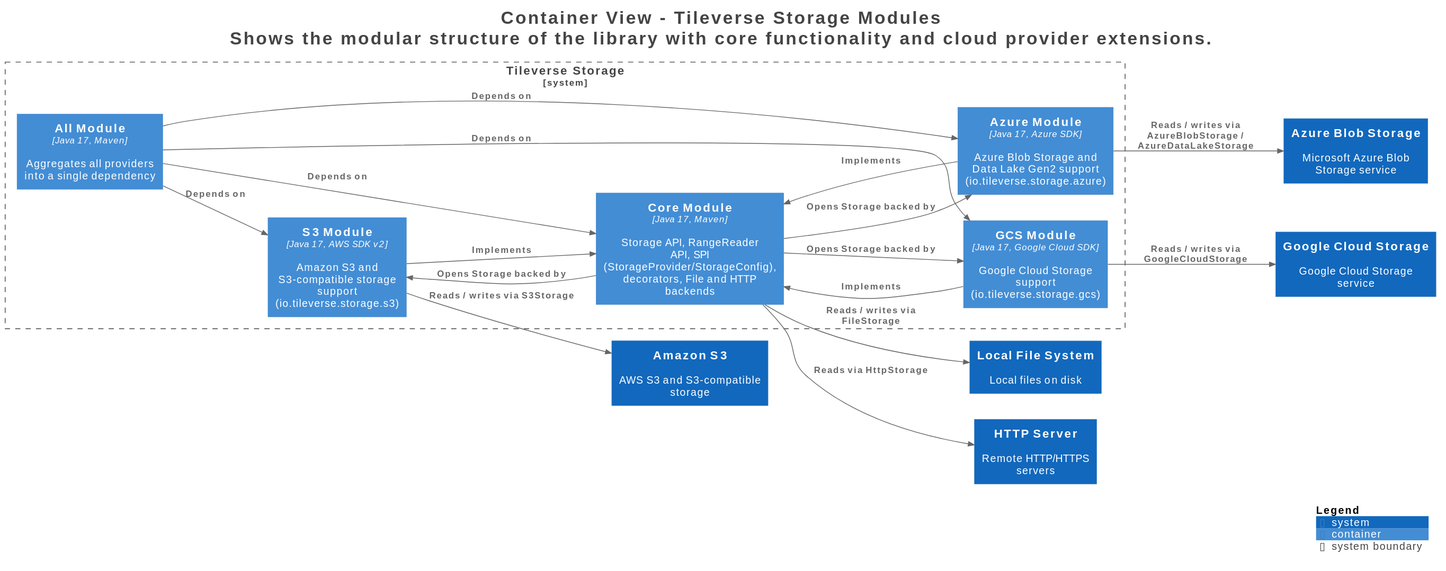
Before: assets/images/storage/structurizr-Containers.svg, a diagram exported from PlantUML (tileverse-io/tileverse). Source of this version:
```plantuml
@startuml
title <size:24>Container View - Tileverse Storage Modules</size>\n<size:24>Shows the modular structure of the library with core functionality and cloud provider extensions.</size>

set separator none
left to right direction

<style>
  root {
    BackgroundColor: #ffffff
    FontColor: #444444
  }
</style>

!include <C4/C4>
!include <C4/C4_Context>
!include <C4/C4_Container>

System(LocalFileSystem, "Local File System", $descr="Local files on disk", $tags="", $link="")
System(HTTPServer, "HTTP Server", $descr="Remote HTTP/HTTPS servers", $tags="", $link="")
System(AmazonS3, "Amazon S3", $descr="AWS S3 and S3-compatible storage", $tags="", $link="")
System(AzureBlobStorage, "Azure Blob Storage", $descr="Microsoft Azure Blob Storage service", $tags="", $link="")
System(GoogleCloudStorage, "Google Cloud Storage", $descr="Google Cloud Storage service", $tags="", $link="")

System_Boundary("TileverseStorage_boundary", "Tileverse Storage", $tags="") {
  Container(TileverseStorage.S3Module, "S3 Module", $techn="Java 17, AWS SDK v2", $descr="Amazon S3 and S3-compatible storage support (io.tileverse.storage.s3)", $tags="", $link="")
  Container(TileverseStorage.AzureModule, "Azure Module", $techn="Java 17, Azure SDK", $descr="Azure Blob Storage and Data Lake Gen2 support (io.tileverse.storage.azure)", $tags="", $link="")
  Container(TileverseStorage.GCSModule, "GCS Module", $techn="Java 17, Google Cloud SDK", $descr="Google Cloud Storage support (io.tileverse.storage.gcs)", $tags="", $link="")
  Container(TileverseStorage.AllModule, "All Module", $techn="Java 17, Maven", $descr="Aggregates all providers into a single dependency", $tags="", $link="")
  Container(TileverseStorage.CoreModule, "Core Module", $techn="Java 17, Maven", $descr="Storage API, RangeReader API, SPI (StorageProvider/StorageConfig), decorators, File and HTTP backends", $tags="", $link="")
}

Rel(TileverseStorage.CoreModule, LocalFileSystem, "Reads / writes via FileStorage", $techn="", $tags="", $link="")
Rel(TileverseStorage.CoreModule, HTTPServer, "Reads via HttpStorage", $techn="", $tags="", $link="")
Rel(TileverseStorage.S3Module, AmazonS3, "Reads / writes via S3Storage", $techn="", $tags="", $link="")
Rel(TileverseStorage.AzureModule, AzureBlobStorage, "Reads / writes via AzureBlobStorage / AzureDataLakeStorage", $techn="", $tags="", $link="")
Rel(TileverseStorage.GCSModule, GoogleCloudStorage, "Reads / writes via GoogleCloudStorage", $techn="", $tags="", $link="")
Rel(TileverseStorage.AllModule, TileverseStorage.CoreModule, "Depends on", $techn="", $tags="", $link="")
Rel(TileverseStorage.AllModule, TileverseStorage.S3Module, "Depends on", $techn="", $tags="", $link="")
Rel(TileverseStorage.AllModule, TileverseStorage.AzureModule, "Depends on", $techn="", $tags="", $link="")
Rel(TileverseStorage.AllModule, TileverseStorage.GCSModule, "Depends on", $techn="", $tags="", $link="")
Rel(TileverseStorage.S3Module, TileverseStorage.CoreModule, "Implements", $techn="", $tags="", $link="")
Rel(TileverseStorage.AzureModule, TileverseStorage.CoreModule, "Implements", $techn="", $tags="", $link="")
Rel(TileverseStorage.GCSModule, TileverseStorage.CoreModule, "Implements", $techn="", $tags="", $link="")
Rel(TileverseStorage.CoreModule, TileverseStorage.S3Module, "Opens Storage backed by", $techn="", $tags="", $link="")
Rel(TileverseStorage.CoreModule, TileverseStorage.AzureModule, "Opens Storage backed by", $techn="", $tags="", $link="")
Rel(TileverseStorage.CoreModule, TileverseStorage.GCSModule, "Opens Storage backed by", $techn="", $tags="", $link="")

SHOW_LEGEND(true)
hide stereotypes
@enduml
```
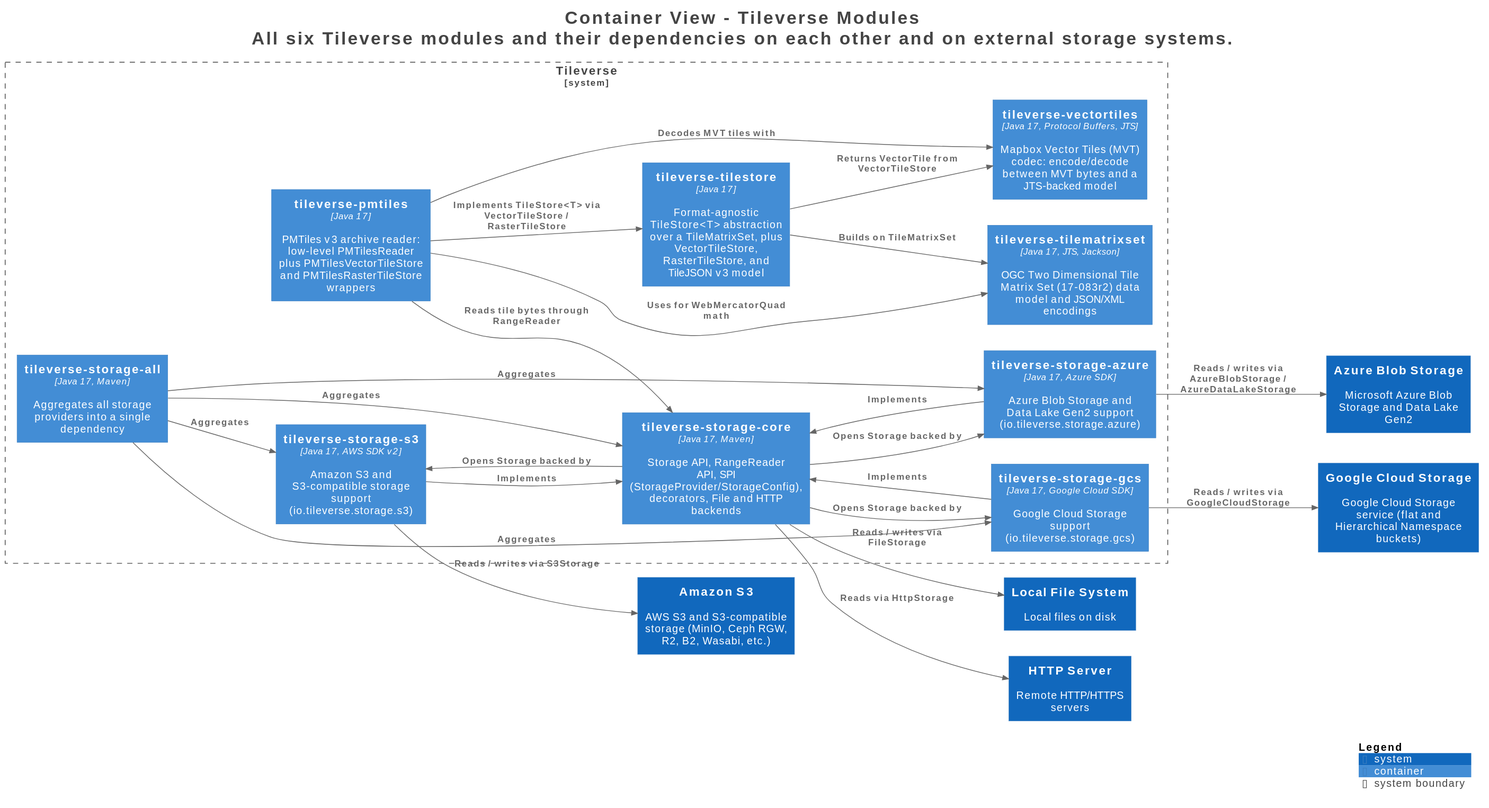
The same diagram one commit later.

Diff of the diagram source:
```diff
@@ -1,5 +1,5 @@
 @startuml
-title <size:24>Container View - Tileverse Storage Modules</size>\n<size:24>Shows the modular structure of the library with core functionality and cloud provider extensions.</size>
+title <size:24>Container View - Tileverse Modules</size>\n<size:24>All six Tileverse modules and their dependencies on each other and on external storage systems.</size>
 
 set separator none
 left to right direction
@@ -17,33 +17,43 @@
 
 System(LocalFileSystem, "Local File System", $descr="Local files on disk", $tags="", $link="")
 System(HTTPServer, "HTTP Server", $descr="Remote HTTP/HTTPS servers", $tags="", $link="")
-System(AmazonS3, "Amazon S3", $descr="AWS S3 and S3-compatible storage", $tags="", $link="")
-System(AzureBlobStorage, "Azure Blob Storage", $descr="Microsoft Azure Blob Storage service", $tags="", $link="")
-System(GoogleCloudStorage, "Google Cloud Storage", $descr="Google Cloud Storage service", $tags="", $link="")
+System(AmazonS3, "Amazon S3", $descr="AWS S3 and S3-compatible storage (MinIO, Ceph RGW, R2, B2, Wasabi, etc.)", $tags="", $link="")
+System(AzureBlobStorage, "Azure Blob Storage", $descr="Microsoft Azure Blob Storage and Data Lake Gen2", $tags="", $link="")
+System(GoogleCloudStorage, "Google Cloud Storage", $descr="Google Cloud Storage service (flat and Hierarchical Namespace buckets)", $tags="", $link="")
 
-System_Boundary("TileverseStorage_boundary", "Tileverse Storage", $tags="") {
-  Container(TileverseStorage.S3Module, "S3 Module", $techn="Java 17, AWS SDK v2", $descr="Amazon S3 and S3-compatible storage support (io.tileverse.storage.s3)", $tags="", $link="")
-  Container(TileverseStorage.AzureModule, "Azure Module", $techn="Java 17, Azure SDK", $descr="Azure Blob Storage and Data Lake Gen2 support (io.tileverse.storage.azure)", $tags="", $link="")
-  Container(TileverseStorage.GCSModule, "GCS Module", $techn="Java 17, Google Cloud SDK", $descr="Google Cloud Storage support (io.tileverse.storage.gcs)", $tags="", $link="")
-  Container(TileverseStorage.AllModule, "All Module", $techn="Java 17, Maven", $descr="Aggregates all providers into a single dependency", $tags="", $link="")
-  Container(TileverseStorage.CoreModule, "Core Module", $techn="Java 17, Maven", $descr="Storage API, RangeReader API, SPI (StorageProvider/StorageConfig), decorators, File and HTTP backends", $tags="", $link="")
+System_Boundary("Tileverse_boundary", "Tileverse", $tags="") {
+  Container(Tileverse.tileversestorages3, "tileverse-storage-s3", $techn="Java 17, AWS SDK v2", $descr="Amazon S3 and S3-compatible storage support (io.tileverse.storage.s3)", $tags="", $link="")
+  Container(Tileverse.tileversestorageazure, "tileverse-storage-azure", $techn="Java 17, Azure SDK", $descr="Azure Blob Storage and Data Lake Gen2 support (io.tileverse.storage.azure)", $tags="", $link="")
+  Container(Tileverse.tileversestoragegcs, "tileverse-storage-gcs", $techn="Java 17, Google Cloud SDK", $descr="Google Cloud Storage support (io.tileverse.storage.gcs)", $tags="", $link="")
+  Container(Tileverse.tileversestorageall, "tileverse-storage-all", $techn="Java 17, Maven", $descr="Aggregates all storage providers into a single dependency", $tags="", $link="")
+  Container(Tileverse.tileversevectortiles, "tileverse-vectortiles", $techn="Java 17, Protocol Buffers, JTS", $descr="Mapbox Vector Tiles (MVT) codec: encode/decode between MVT bytes and a JTS-backed model", $tags="", $link="")
+  Container(Tileverse.tileversetilematrixset, "tileverse-tilematrixset", $techn="Java 17, JTS, Jackson", $descr="OGC Two Dimensional Tile Matrix Set (17-083r2) data model and JSON/XML encodings", $tags="", $link="")
+  Container(Tileverse.tileversetilestore, "tileverse-tilestore", $techn="Java 17", $descr="Format-agnostic TileStore<T> abstraction over a TileMatrixSet, plus VectorTileStore, RasterTileStore, and TileJSON v3 model", $tags="", $link="")
+  Container(Tileverse.tileversepmtiles, "tileverse-pmtiles", $techn="Java 17", $descr="PMTiles v3 archive reader: low-level PMTilesReader plus PMTilesVectorTileStore and PMTilesRasterTileStore wrappers", $tags="", $link="")
+  Container(Tileverse.tileversestoragecore, "tileverse-storage-core", $techn="Java 17, Maven", $descr="Storage API, RangeReader API, SPI (StorageProvider/StorageConfig), decorators, File and HTTP backends", $tags="", $link="")
 }
 
-Rel(TileverseStorage.CoreModule, LocalFileSystem, "Reads / writes via FileStorage", $techn="", $tags="", $link="")
-Rel(TileverseStorage.CoreModule, HTTPServer, "Reads via HttpStorage", $techn="", $tags="", $link="")
-Rel(TileverseStorage.S3Module, AmazonS3, "Reads / writes via S3Storage", $techn="", $tags="", $link="")
-Rel(TileverseStorage.AzureModule, AzureBlobStorage, "Reads / writes via AzureBlobStorage / AzureDataLakeStorage", $techn="", $tags="", $link="")
-Rel(TileverseStorage.GCSModule, GoogleCloudStorage, "Reads / writes via GoogleCloudStorage", $techn="", $tags="", $link="")
-Rel(TileverseStorage.AllModule, TileverseStorage.CoreModule, "Depends on", $techn="", $tags="", $link="")
-Rel(TileverseStorage.AllModule, TileverseStorage.S3Module, "Depends on", $techn="", $tags="", $link="")
-Rel(TileverseStorage.AllModule, TileverseStorage.AzureModule, "Depends on", $techn="", $tags="", $link="")
-Rel(TileverseStorage.AllModule, TileverseStorage.GCSModule, "Depends on", $techn="", $tags="", $link="")
-Rel(TileverseStorage.S3Module, TileverseStorage.CoreModule, "Implements", $techn="", $tags="", $link="")
-Rel(TileverseStorage.AzureModule, TileverseStorage.CoreModule, "Implements", $techn="", $tags="", $link="")
-Rel(TileverseStorage.GCSModule, TileverseStorage.CoreModule, "Implements", $techn="", $tags="", $link="")
-Rel(TileverseStorage.CoreModule, TileverseStorage.S3Module, "Opens Storage backed by", $techn="", $tags="", $link="")
-Rel(TileverseStorage.CoreModule, TileverseStorage.AzureModule, "Opens Storage backed by", $techn="", $tags="", $link="")
-Rel(TileverseStorage.CoreModule, TileverseStorage.GCSModule, "Opens Storage backed by", $techn="", $tags="", $link="")
+Rel(Tileverse.tileversestoragegcs, Tileverse.tileversestoragecore, "Implements", $techn="", $tags="", $link="")
+Rel(Tileverse.tileversestoragecore, LocalFileSystem, "Reads / writes via FileStorage", $techn="", $tags="", $link="")
+Rel(Tileverse.tileversestoragecore, HTTPServer, "Reads via HttpStorage", $techn="", $tags="", $link="")
+Rel(Tileverse.tileversestorages3, AmazonS3, "Reads / writes via S3Storage", $techn="", $tags="", $link="")
+Rel(Tileverse.tileversestorageazure, AzureBlobStorage, "Reads / writes via AzureBlobStorage / AzureDataLakeStorage", $techn="", $tags="", $link="")
+Rel(Tileverse.tileversestoragegcs, GoogleCloudStorage, "Reads / writes via GoogleCloudStorage", $techn="", $tags="", $link="")
+Rel(Tileverse.tileversestorageall, Tileverse.tileversestoragecore, "Aggregates", $techn="", $tags="", $link="")
+Rel(Tileverse.tileversestorageall, Tileverse.tileversestorages3, "Aggregates", $techn="", $tags="", $link="")
+Rel(Tileverse.tileversestorageall, Tileverse.tileversestorageazure, "Aggregates", $techn="", $tags="", $link="")
+Rel(Tileverse.tileversestorageall, Tileverse.tileversestoragegcs, "Aggregates", $techn="", $tags="", $link="")
+Rel(Tileverse.tileversepmtiles, Tileverse.tileversestoragecore, "Reads tile bytes through RangeReader", $techn="", $tags="", $link="")
+Rel(Tileverse.tileversepmtiles, Tileverse.tileversetilematrixset, "Uses for WebMercatorQuad math", $techn="", $tags="", $link="")
+Rel(Tileverse.tileversepmtiles, Tileverse.tileversevectortiles, "Decodes MVT tiles with", $techn="", $tags="", $link="")
+Rel(Tileverse.tileversepmtiles, Tileverse.tileversetilestore, "Implements TileStore<T> via VectorTileStore / RasterTileStore", $techn="", $tags="", $link="")
+Rel(Tileverse.tileversetilestore, Tileverse.tileversetilematrixset, "Builds on TileMatrixSet", $techn="", $tags="", $link="")
+Rel(Tileverse.tileversetilestore, Tileverse.tileversevectortiles, "Returns VectorTile from VectorTileStore", $techn="", $tags="", $link="")
+Rel(Tileverse.tileversestoragecore, Tileverse.tileversestorages3, "Opens Storage backed by", $techn="", $tags="", $link="")
+Rel(Tileverse.tileversestoragecore, Tileverse.tileversestorageazure, "Opens Storage backed by", $techn="", $tags="", $link="")
+Rel(Tileverse.tileversestoragecore, Tileverse.tileversestoragegcs, "Opens Storage backed by", $techn="", $tags="", $link="")
+Rel(Tileverse.tileversestorages3, Tileverse.tileversestoragecore, "Implements", $techn="", $tags="", $link="")
+Rel(Tileverse.tileversestorageazure, Tileverse.tileversestoragecore, "Implements", $techn="", $tags="", $link="")
 
 SHOW_LEGEND(true)
 hide stereotypes
```
